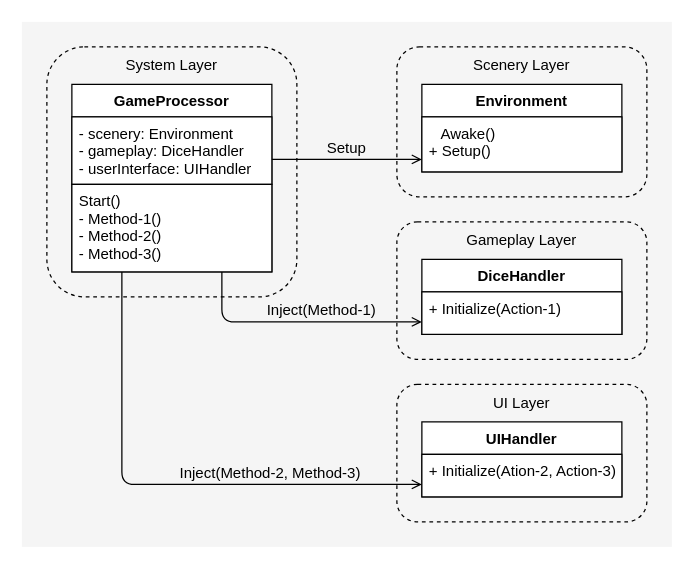
This is docs/images/structure.drawio from Shkurlatov/dice-demo, a draw.io file, before an edit. Source tidied: cells renumbered, new cells numbered last; positions are measured from the earlier drawing's top-left corner, leaving out a move shared by most shapes. Both pictures are drawn from the tidied source at 125%, with x=0, y=0 at pixel (21, 21).
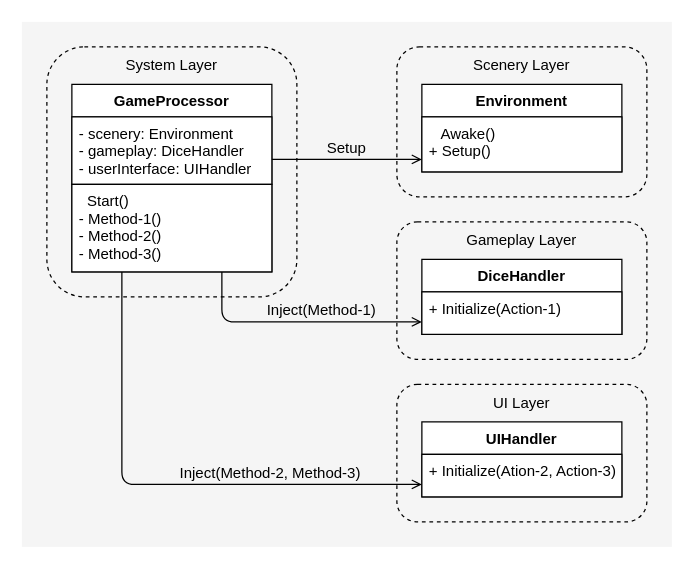
The same diagram, later.

Unchanged cells that the change refers to:
```xml
<mxCell id="7" value="GameProcessor" style="swimlane;fontStyle=1;align=center;verticalAlign=top;horizontal=1;startSize=26;shadow=0;glass=0;rounded=0;labelBackgroundColor=none;separatorColor=none;" parent="1" vertex="1">
  <mxGeometry x="40" y="50" width="160" height="150" as="geometry" />
</mxCell>
```

Change to the diagram source:
```diff
@@
-    <mxCell id="9" value="Start()&#10;- Method-1()&#10;- Method-2()&#10;- Method-3()&#10;&#10;&#10;&#10;&#10;&#10;" style="text;align=left;verticalAlign=top;spacingLeft=4;spacingRight=4;overflow=hidden;shadow=0;glass=0;rounded=0;labelBackgroundColor=none;fillColor=default;strokeColor=default;" parent="7" vertex="1">
+    <mxCell id="9" value="  Start()&#10;- Method-1()&#10;- Method-2()&#10;- Method-3()&#10;&#10;&#10;&#10;&#10;&#10;" style="text;align=left;verticalAlign=top;spacingLeft=4;spacingRight=4;overflow=hidden;shadow=0;glass=0;rounded=0;labelBackgroundColor=none;fillColor=default;strokeColor=default;" parent="7" vertex="1">
       <mxGeometry y="80" width="160" height="70" as="geometry" />
     </mxCell>
```
